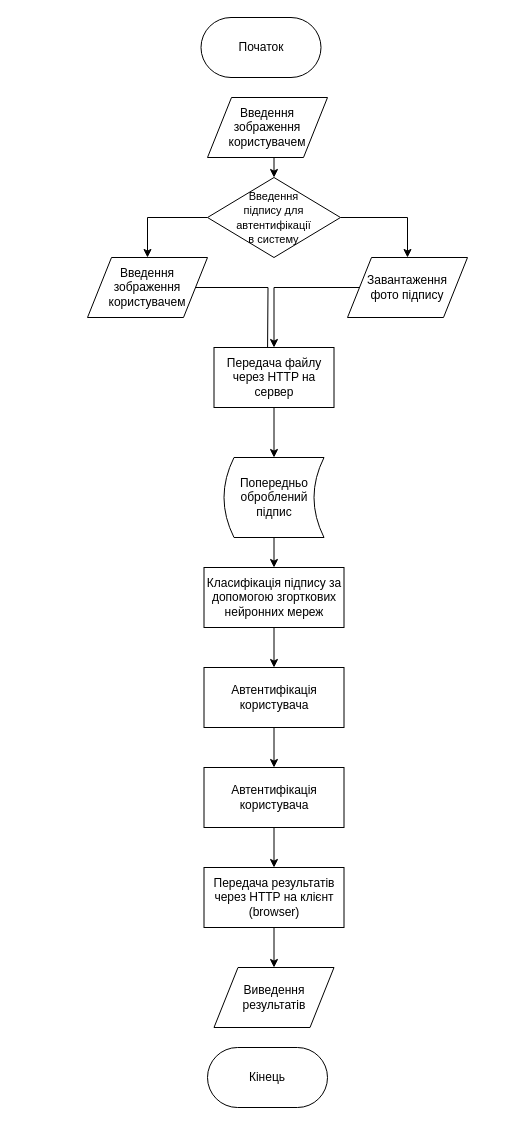
Before: signature_lifecycle.drawio in Pavlo-Olshansky/Python, a draw.io diagram. Source tidied: cells renumbered, new cells numbered last; positions are measured from the earlier drawing's top-left corner, leaving out a move shared by most shapes. Both pictures are drawn from the tidied source at 100%, with x=0, y=0 at pixel (87, 17).
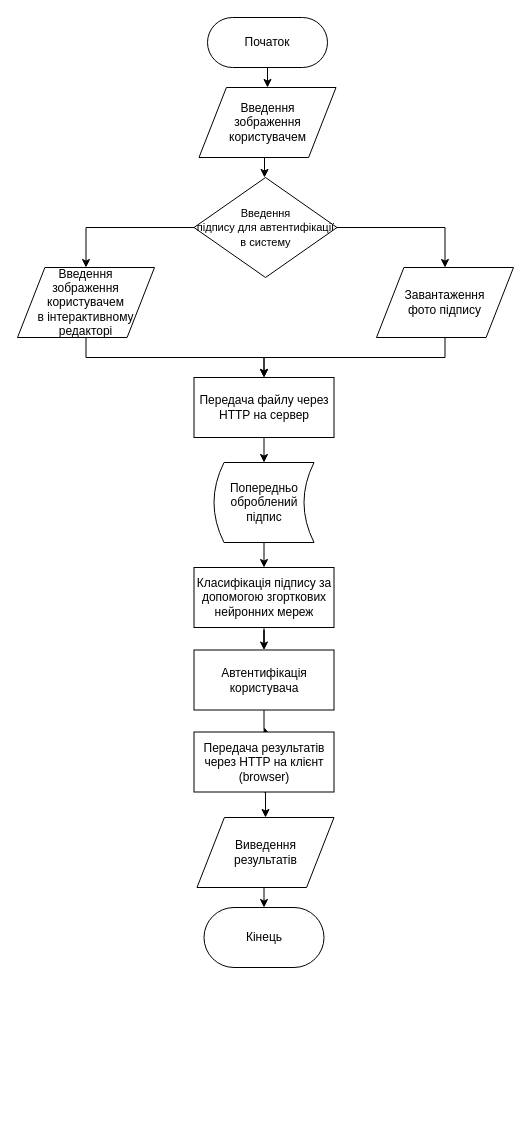
Above is the later version.

Diff of the diagram source:
```diff
@@
-    <mxCell id="2" style="edgeStyle=orthogonalEdgeStyle;rounded=0;jettySize=auto;html=1;exitX=1;exitY=0.5;exitDx=0;exitDy=0;" parent="1" edge="1" source="3">
-      <mxGeometry relative="1" as="geometry">
-        <mxPoint x="180" y="340" as="targetPoint" />
-      </mxGeometry>
-    </mxCell>
-    <mxCell id="3" value="Введення зображення користувачем" style="shape=parallelogram;perimeter=parallelogramPerimeter;whiteSpace=wrap;html=1;" parent="1" vertex="1">
-      <mxGeometry y="240" width="120" height="60" as="geometry" />
-    </mxCell>
-    <mxCell id="4" style="edgeStyle=orthogonalEdgeStyle;rounded=0;jettySize=auto;html=1;exitX=0;exitY=0.5;exitDx=0;exitDy=0;entryX=0.5;entryY=0;entryDx=0;entryDy=0;" parent="1" edge="1" source="5" target="9">
-      <mxGeometry relative="1" as="geometry" />
-    </mxCell>
-    <mxCell id="5" value="Завантаження&lt;br&gt;фото підпису" style="shape=parallelogram;perimeter=parallelogramPerimeter;whiteSpace=wrap;html=1;" parent="1" vertex="1">
-      <mxGeometry x="260" y="240" width="120" height="60" as="geometry" />
-    </mxCell>
@@
     <mxCell id="7" value="Попередньо оброблений підпис" style="shape=dataStorage;whiteSpace=wrap;html=1;" parent="1" vertex="1">
-      <mxGeometry x="136.5" y="440" width="100" height="80" as="geometry" />
+      <mxGeometry x="126.5" y="445" width="100" height="80" as="geometry" />
     </mxCell>
-    <mxCell id="8" style="edgeStyle=orthogonalEdgeStyle;rounded=0;jettySize=auto;html=1;exitX=0.5;exitY=1;exitDx=0;exitDy=0;entryX=0.5;entryY=0;entryDx=0;entryDy=0;" parent="1" edge="1" source="9" target="7">
-      <mxGeometry relative="1" as="geometry" />
+    <mxCell id="8" style="edgeStyle=orthogonalEdgeStyle;rounded=0;jettySize=auto;html=1;exitX=0.5;exitY=1;exitDx=0;exitDy=0;entryX=0.5;entryY=0;entryDx=0;entryDy=0;" parent="1" edge="1" target="7">
+      <mxGeometry relative="1" as="geometry">
+        <mxPoint x="177" y="390" as="sourcePoint" />
+      </mxGeometry>
     </mxCell>
-    <mxCell id="9" value="Передача файлу через HTTP на сервер" style="rounded=0;whiteSpace=wrap;html=1;" parent="1" vertex="1">
-      <mxGeometry x="126.5" y="330" width="120" height="60" as="geometry" />
-    </mxCell>
@@
     <mxCell id="11" value="Класифікація підпису за допомогою згорткових нейронних мереж" style="rounded=0;whiteSpace=wrap;html=1;" parent="1" vertex="1">
-      <mxGeometry x="116.5" y="550" width="140" height="60" as="geometry" />
+      <mxGeometry x="106.5" y="550" width="140" height="60" as="geometry" />
     </mxCell>
-    <mxCell id="12" style="edgeStyle=orthogonalEdgeStyle;rounded=0;jettySize=auto;html=1;" parent="1" edge="1" source="13" target="15">
-      <mxGeometry relative="1" as="geometry" />
+    <mxCell id="12" style="edgeStyle=orthogonalEdgeStyle;rounded=0;jettySize=auto;html=1;" parent="1" edge="1" source="13">
+      <mxGeometry relative="1" as="geometry">
+        <mxPoint x="177" y="710" as="targetPoint" />
+      </mxGeometry>
     </mxCell>
     <mxCell id="13" value="Автентифікація користувача" style="rounded=0;whiteSpace=wrap;html=1;" parent="1" vertex="1">
-      <mxGeometry x="116.5" y="650" width="140" height="60" as="geometry" />
+      <mxGeometry x="106.5" y="632.5" width="140" height="60" as="geometry" />
     </mxCell>
-    <mxCell id="14" style="edgeStyle=orthogonalEdgeStyle;rounded=0;jettySize=auto;html=1;" parent="1" edge="1" source="15" target="17">
-      <mxGeometry relative="1" as="geometry" />
-    </mxCell>
-    <mxCell id="15" value="Автентифікація користувача" style="rounded=0;whiteSpace=wrap;html=1;" parent="1" vertex="1">
-      <mxGeometry x="116.5" y="750" width="140" height="60" as="geometry" />
-    </mxCell>
@@
     <mxCell id="17" value="Передача результатів через HTTP на клієнт (browser)" style="rounded=0;whiteSpace=wrap;html=1;" parent="1" vertex="1">
-      <mxGeometry x="116.5" y="850" width="140" height="60" as="geometry" />
+      <mxGeometry x="106.5" y="714.5" width="140" height="60" as="geometry" />
     </mxCell>
+    <mxCell id="26" style="edgeStyle=orthogonalEdgeStyle;rounded=0;jettySize=auto;html=1;exitX=0.5;exitY=1;exitDx=0;exitDy=0;entryX=0.5;entryY=0;entryDx=0;entryDy=0;" parent="1" edge="1" source="18" target="25">
+      <mxGeometry relative="1" as="geometry" />
+    </mxCell>
-    <mxCell id="18" value="Виведення результатів" style="shape=parallelogram;perimeter=parallelogramPerimeter;whiteSpace=wrap;html=1;" parent="1" vertex="1">
-      <mxGeometry x="126.5" y="950" width="120" height="60" as="geometry" />
+    <mxCell id="18" value="Виведення&lt;br&gt;результатів" style="shape=parallelogram;perimeter=parallelogramPerimeter;whiteSpace=wrap;html=1;" parent="1" vertex="1">
+      <mxGeometry x="109.5" y="800" width="137" height="70" as="geometry" />
     </mxCell>
-    <mxCell id="19" style="edgeStyle=orthogonalEdgeStyle;rounded=0;jettySize=auto;html=1;entryX=0.5;entryY=0;entryDx=0;entryDy=0;" parent="1" edge="1" source="21" target="5">
-      <mxGeometry relative="1" as="geometry" />
-    </mxCell>
-    <mxCell id="20" style="edgeStyle=orthogonalEdgeStyle;rounded=0;jettySize=auto;html=1;entryX=0.5;entryY=0;entryDx=0;entryDy=0;" parent="1" edge="1" source="21" target="3">
-      <mxGeometry relative="1" as="geometry">
-        <Array as="points">
-          <mxPoint x="60" y="200" />
-        </Array>
-      </mxGeometry>
-    </mxCell>
-    <mxCell id="21" value="&lt;font style=&quot;font-size: 11px&quot;&gt;Введення&lt;br&gt;підпису для автентифікації&lt;br&gt;в систему&lt;/font&gt;" style="rhombus;whiteSpace=wrap;html=1;" parent="1" vertex="1">
-      <mxGeometry x="120" y="160" width="133" height="80" as="geometry" />
-    </mxCell>
-    <mxCell id="22" style="edgeStyle=orthogonalEdgeStyle;rounded=0;jettySize=auto;html=1;exitX=0.5;exitY=1;exitDx=0;exitDy=0;entryX=0.5;entryY=0;entryDx=0;entryDy=0;" parent="1" edge="1" source="23" target="21">
-      <mxGeometry relative="1" as="geometry" />
+    <mxCell id="22" style="edgeStyle=orthogonalEdgeStyle;rounded=0;orthogonalLoop=1;jettySize=auto;html=1;exitX=0.5;exitY=1;exitDx=0;exitDy=0;entryX=0.5;entryY=0;entryDx=0;entryDy=0;" parent="1" edge="1">
+      <mxGeometry relative="1" as="geometry">
+        <mxPoint x="180" y="140" as="sourcePoint" />
+        <mxPoint x="177" y="160" as="targetPoint" />
+      </mxGeometry>
     </mxCell>
-    <mxCell id="23" value="Введення зображення користувачем" style="shape=parallelogram;perimeter=parallelogramPerimeter;whiteSpace=wrap;html=1;" parent="1" vertex="1">
-      <mxGeometry x="120" y="80" width="120" height="60" as="geometry" />
-    </mxCell>
+    <mxCell id="27" style="edgeStyle=orthogonalEdgeStyle;rounded=0;jettySize=auto;html=1;exitX=0.5;exitY=1;exitDx=0;exitDy=0;entryX=0.5;entryY=0;entryDx=0;entryDy=0;" parent="1" edge="1" source="24" target="30">
+      <mxGeometry relative="1" as="geometry" />
+    </mxCell>
     <mxCell id="24" value="Початок" style="rounded=1;whiteSpace=wrap;html=1;arcSize=50;" parent="1" vertex="1">
-      <mxGeometry x="113.5" width="120" height="60" as="geometry" />
+      <mxGeometry x="120" width="120" height="50" as="geometry" />
     </mxCell>
     <mxCell id="25" value="Кінець" style="rounded=1;whiteSpace=wrap;html=1;arcSize=50;" parent="1" vertex="1">
-      <mxGeometry x="120" y="1030" width="120" height="60" as="geometry" />
+      <mxGeometry x="116.5" y="890" width="120" height="60" as="geometry" />
     </mxCell>
+    <mxCell id="4" style="edgeStyle=orthogonalEdgeStyle;rounded=0;jettySize=auto;html=1;exitX=0.5;exitY=1;exitDx=0;exitDy=0;entryX=0.5;entryY=0;entryDx=0;entryDy=0;" parent="1" edge="1" source="5" target="9">
+      <mxGeometry relative="1" as="geometry" />
+    </mxCell>
+    <mxCell id="5" value="Завантаження&lt;br&gt;фото підпису" style="shape=parallelogram;perimeter=parallelogramPerimeter;whiteSpace=wrap;html=1;" parent="1" vertex="1">
+      <mxGeometry x="289" y="250" width="137" height="70" as="geometry" />
+    </mxCell>
+    <mxCell id="9" value="Передача файлу через HTTP на сервер" style="rounded=0;whiteSpace=wrap;html=1;" parent="1" vertex="1">
+      <mxGeometry x="106.5" y="360" width="140" height="60" as="geometry" />
+    </mxCell>
+    <mxCell id="28" style="edgeStyle=orthogonalEdgeStyle;rounded=0;jettySize=auto;html=1;exitX=0.5;exitY=1;exitDx=0;exitDy=0;entryX=0.5;entryY=0;entryDx=0;entryDy=0;" parent="1" edge="1" source="29" target="9">
+      <mxGeometry relative="1" as="geometry">
+        <Array as="points">
+          <mxPoint x="-1" y="340" />
+          <mxPoint x="177" y="340" />
+        </Array>
+      </mxGeometry>
+    </mxCell>
+    <mxCell id="29" value="Введення&lt;br&gt;зображення користувачем&lt;br&gt;в інтерактивному&lt;br&gt;редакторі" style="shape=parallelogram;perimeter=parallelogramPerimeter;whiteSpace=wrap;html=1;" parent="1" vertex="1">
+      <mxGeometry x="-70" y="250" width="137" height="70" as="geometry" />
+    </mxCell>
+    <mxCell id="30" value="Введення&lt;br&gt;зображення користувачем" style="shape=parallelogram;perimeter=parallelogramPerimeter;whiteSpace=wrap;html=1;" parent="1" vertex="1">
+      <mxGeometry x="111.5" y="70" width="137" height="70" as="geometry" />
+    </mxCell>
+    <mxCell id="19" style="edgeStyle=orthogonalEdgeStyle;rounded=0;jettySize=auto;html=1;exitX=1;exitY=0.5;exitDx=0;exitDy=0;entryX=0.5;entryY=0;entryDx=0;entryDy=0;" parent="1" edge="1" source="21" target="5">
+      <mxGeometry relative="1" as="geometry" />
+    </mxCell>
+    <mxCell id="31" style="edgeStyle=orthogonalEdgeStyle;rounded=0;jettySize=auto;html=1;exitX=0;exitY=0.5;exitDx=0;exitDy=0;entryX=0.5;entryY=0;entryDx=0;entryDy=0;" parent="1" edge="1" source="21" target="29">
+      <mxGeometry relative="1" as="geometry" />
+    </mxCell>
+    <mxCell id="21" value="&lt;font style=&quot;font-size: 11px&quot;&gt;Введення&lt;br&gt;підпису для автентифікації&lt;br&gt;в систему&lt;/font&gt;" style="rhombus;whiteSpace=wrap;html=1;" parent="1" vertex="1">
+      <mxGeometry x="106.5" y="160" width="143" height="100" as="geometry" />
+    </mxCell>
```
